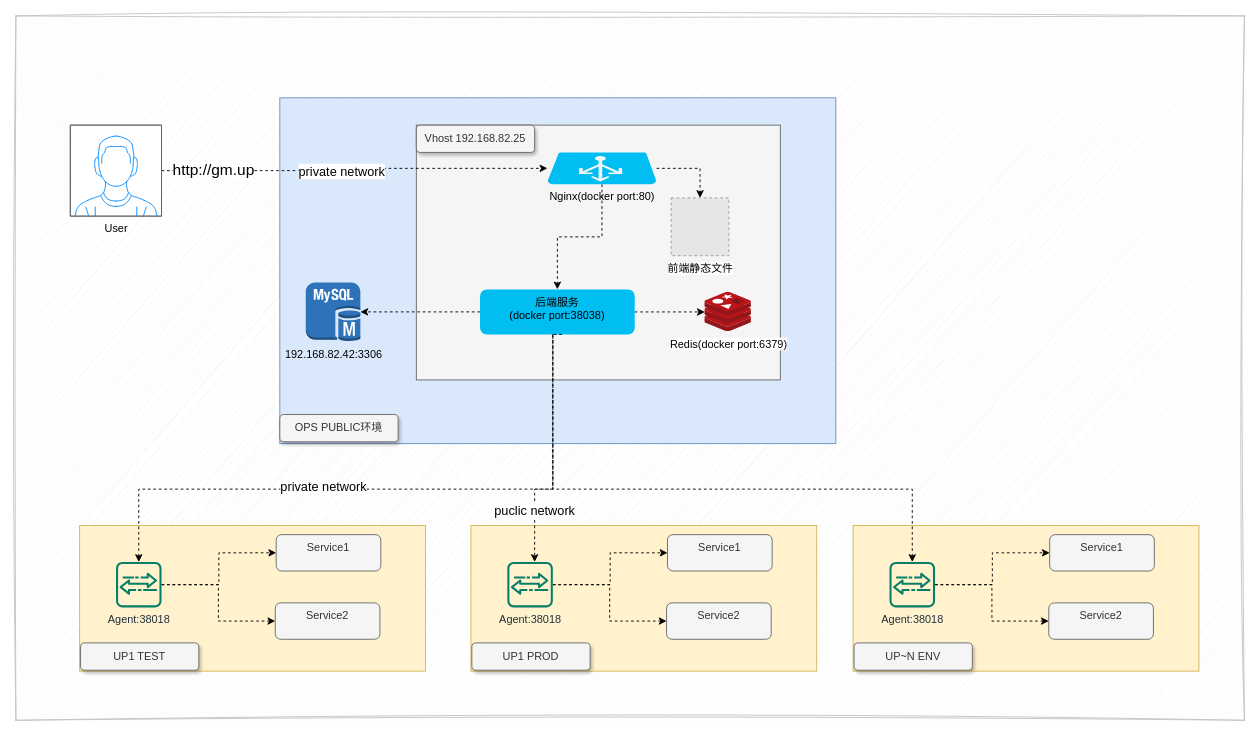
Above: 2022-06-20服务管理.drawio in 463024907/zabbix-report (draw.io), before the change. Source tidied: cells renumbered, new cells numbered last; positions are measured from the earlier drawing's top-left corner, leaving out a move shared by most shapes. Both pictures are drawn from the tidied source at 91%, with x=0, y=0 at pixel (15, 15). Pictures stored in the file or linked from it are replaced by grey dashed boxes.
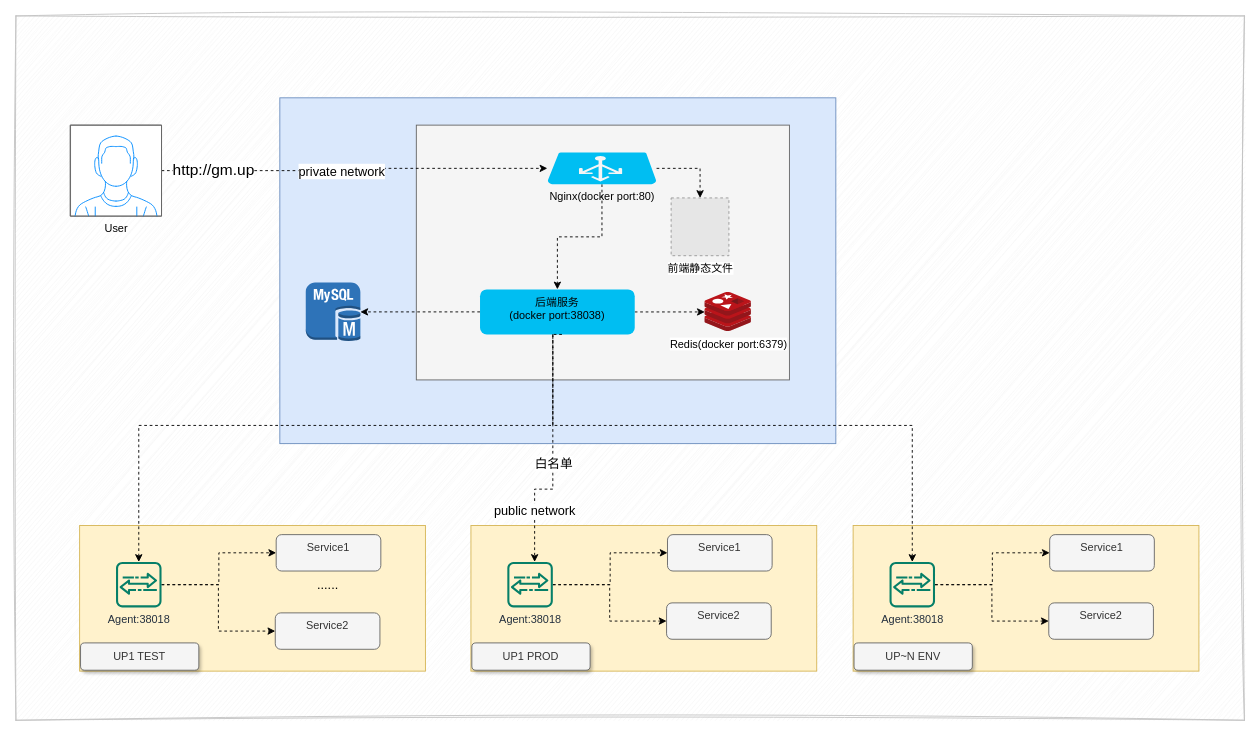
After the change.

Commit message:
更新2022-06-20服务管理.drawio

Unchanged cells that the change refers to:
```xml
<mxCell id="11" value="&lt;div style=&quot;&quot;&gt;&lt;span style=&quot;background-color: initial;&quot;&gt;后端服务&lt;/span&gt;&lt;/div&gt;&lt;div style=&quot;&quot;&gt;(docker port:&lt;span style=&quot;background-color: initial; text-align: left;&quot;&gt;38038&lt;/span&gt;&lt;span style=&quot;background-color: initial;&quot;&gt;)&lt;/span&gt;&lt;/div&gt;" style="whiteSpace=wrap;html=1;verticalAlign=top;fillColor=#00BEF2;strokeColor=none;align=center;rounded=1;" parent="1" vertex="1">
  <mxGeometry x="510" y="300.5" width="170" height="49.5" as="geometry" />
</mxCell>
<mxCell id="20" value="Agent:38018" style="sketch=0;outlineConnect=0;fontColor=#232F3E;gradientColor=none;fillColor=#067F68;strokeColor=none;dashed=0;verticalLabelPosition=bottom;verticalAlign=top;align=center;html=1;fontSize=12;fontStyle=0;shape=mxgraph.aws4.agent2;" parent="1" vertex="1">
  <mxGeometry x="110" y="600" width="50" height="50" as="geometry" />
</mxCell>
<mxCell id="36" value="Agent:38018" style="sketch=0;outlineConnect=0;fontColor=#232F3E;gradientColor=none;fillColor=#067F68;strokeColor=none;dashed=0;verticalLabelPosition=bottom;verticalAlign=top;align=center;html=1;fontSize=12;fontStyle=0;shape=mxgraph.aws4.agent2;" parent="1" vertex="1">
  <mxGeometry x="960" y="600" width="50" height="50" as="geometry" />
</mxCell>
<mxCell id="39" style="edgeStyle=orthogonalEdgeStyle;rounded=0;orthogonalLoop=1;jettySize=auto;html=1;dashed=1;" parent="1" edge="1">
  <mxGeometry relative="1" as="geometry">
    <mxPoint x="600" y="350" as="sourcePoint" />
    <mxPoint x="570" y="600" as="targetPoint" />
    <Array as="points">
      <mxPoint x="590" y="350" />
      <mxPoint x="590" y="520" />
      <mxPoint x="570" y="520" />
    </Array>
  </mxGeometry>
</mxCell>
```

The edit, as a diff of the source:
```diff
@@
     <mxCell id="4" style="rounded=0;whiteSpace=wrap;html=1;fillColor=#f5f5f5;strokeColor=#666666;fontColor=#333333;" parent="1" vertex="1">
-      <mxGeometry x="440" y="120" width="400" height="280" as="geometry" />
+      <mxGeometry x="440" y="120" width="410" height="280" as="geometry" />
     </mxCell>
@@
-    <mxCell id="12" value="Vhost&amp;nbsp;192.168.82.25" style="text;html=1;strokeColor=#666666;fillColor=#f5f5f5;align=center;verticalAlign=middle;whiteSpace=wrap;rounded=1;fontColor=#333333;glass=0;shadow=1;" parent="1" vertex="1">
-      <mxGeometry x="440" y="120" width="130" height="30" as="geometry" />
-    </mxCell>
-    <mxCell id="13" value="192.168.82.42:3306" style="outlineConnect=0;dashed=0;verticalLabelPosition=bottom;verticalAlign=top;align=center;html=1;shape=mxgraph.aws3.mysql_db_instance;fillColor=#2E73B8;gradientColor=none;" parent="1" vertex="1">
+    <mxCell id="13" style="outlineConnect=0;dashed=0;verticalLabelPosition=bottom;verticalAlign=top;align=center;html=1;shape=mxgraph.aws3.mysql_db_instance;fillColor=#2E73B8;gradientColor=none;" parent="1" vertex="1">
       <mxGeometry x="318.5" y="293" width="60" height="64.5" as="geometry" />
     </mxCell>
@@
-    <mxCell id="15" value="OPS PUBLIC环境" style="text;html=1;strokeColor=#666666;fillColor=#f5f5f5;align=center;verticalAlign=middle;whiteSpace=wrap;rounded=1;fontColor=#333333;shadow=1;" parent="1" vertex="1">
-      <mxGeometry x="290" y="438" width="130" height="30" as="geometry" />
-    </mxCell>
@@
     <mxCell id="21" style="edgeStyle=orthogonalEdgeStyle;rounded=0;jettySize=auto;html=1;dashed=1;" parent="1" edge="1" source="11" target="20">
       <mxGeometry relative="1" as="geometry">
         <Array as="points">
-          <mxPoint x="590" y="520" />
-          <mxPoint x="135" y="520" />
+          <mxPoint x="590" y="450" />
+          <mxPoint x="135" y="450" />
         </Array>
       </mxGeometry>
     </mxCell>
-    <mxCell id="22" value="private network" style="edgeLabel;html=1;align=center;verticalAlign=middle;fontSize=14;" parent="21" vertex="1">
-      <mxGeometry x="0.2" y="-3" relative="1" as="geometry" />
-    </mxCell>
@@
     <mxCell id="24" value="Service2" style="whiteSpace=wrap;html=1;verticalAlign=top;fillColor=#f5f5f5;strokeColor=#666666;align=center;fontColor=#333333;rounded=1;" parent="1" vertex="1">
-      <mxGeometry x="285" y="645" width="115" height="40" as="geometry" />
+      <mxGeometry x="285" y="656" width="115" height="40" as="geometry" />
     </mxCell>
@@
-    <mxCell id="40" value="puclic network" style="edgeLabel;html=1;align=center;verticalAlign=middle;fontSize=14;" parent="39" vertex="1">
+    <mxCell id="40" value="public network" style="edgeLabel;html=1;align=center;verticalAlign=middle;fontSize=14;" parent="39" vertex="1">
       <mxGeometry x="0.59" y="-1" relative="1" as="geometry" />
     </mxCell>
     <mxCell id="41" style="edgeStyle=orthogonalEdgeStyle;rounded=0;jettySize=auto;html=1;dashed=1;" parent="1" edge="1" source="11" target="36">
       <mxGeometry relative="1" as="geometry">
         <Array as="points">
-          <mxPoint x="590" y="520" />
-          <mxPoint x="985" y="520" />
+          <mxPoint x="590" y="450" />
+          <mxPoint x="985" y="450" />
         </Array>
       </mxGeometry>
     </mxCell>
+    <mxCell id="46" value="白名单" style="edgeLabel;html=1;align=center;verticalAlign=middle;fontSize=14;" parent="41" vertex="1">
+      <mxGeometry x="-0.7" y="4" relative="1" as="geometry">
+        <mxPoint x="-4" y="44" as="offset" />
+      </mxGeometry>
+    </mxCell>
@@
+    <mxCell id="47" value="......" style="text;html=1;strokeColor=none;fillColor=none;align=center;verticalAlign=middle;whiteSpace=wrap;rounded=0;shadow=1;glass=0;dashed=1;sketch=0;fontSize=14;direction=north;flipV=0;flipH=1;" parent="1" vertex="1">
+      <mxGeometry x="327.5" y="595" width="30" height="60" as="geometry" />
+    </mxCell>
```
